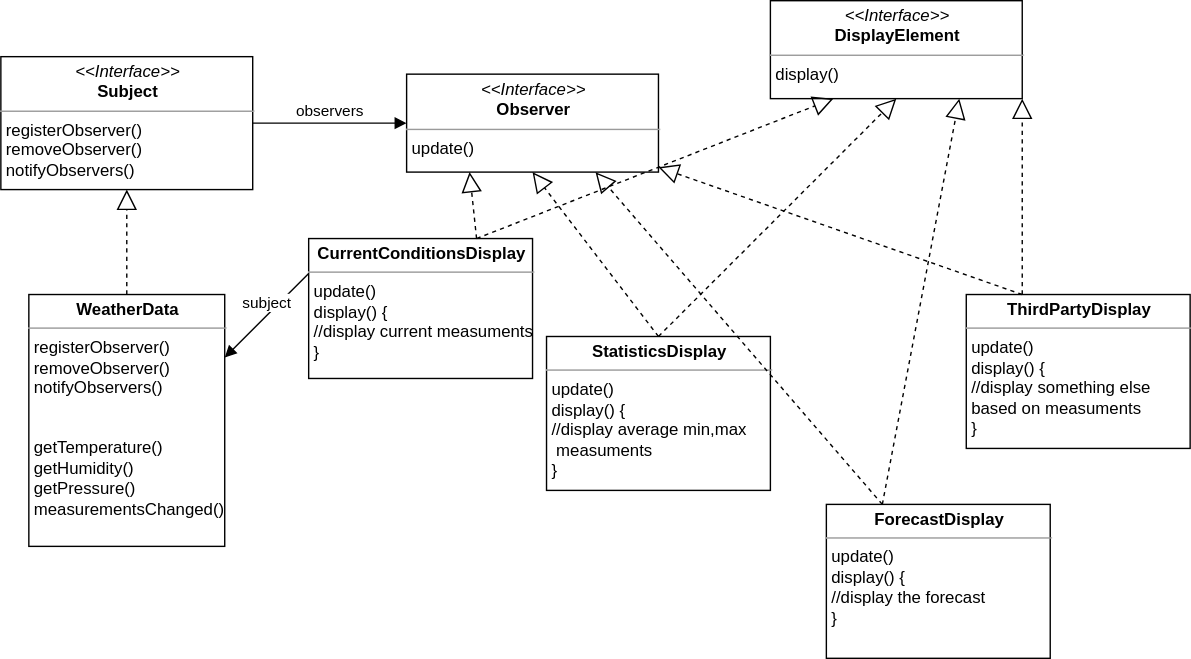
The draw.io diagram ObserverPattern.svg in hymanchengo/headfirst_designpattern, before a commit. Source tidied: cells renumbered, new cells last; positions are measured from the earlier drawing's top-left corner, leaving out a move shared by most shapes. Its diagram source:
```xml
<mxGraphModel background="#ffffff">
  <root>
    <mxCell id="0" />
    <mxCell id="1" parent="0" />
    <mxCell id="2" value="&lt;p style=&quot;margin: 0px ; margin-top: 4px ; text-align: center&quot;&gt;&lt;i&gt;&amp;lt;&amp;lt;Interface&amp;gt;&amp;gt;&lt;/i&gt;&lt;br&gt;&lt;b&gt;Subject&lt;/b&gt;&lt;/p&gt;&lt;hr size=&quot;1&quot;&gt;&lt;p style=&quot;margin: 0px ; margin-left: 4px&quot;&gt;registerObserver()&lt;br&gt;removeObserver()&lt;/p&gt;&lt;p style=&quot;margin: 0px ; margin-left: 4px&quot;&gt;notifyObservers()&lt;/p&gt;" style="verticalAlign=top;align=left;overflow=fill;fontSize=12;fontFamily=Helvetica;html=1;" parent="1" vertex="1">
      <mxGeometry y="40" width="180" height="95" as="geometry" />
    </mxCell>
    <mxCell id="3" value="&lt;p style=&quot;margin: 0px ; margin-top: 4px ; text-align: center&quot;&gt;&lt;i&gt;&amp;lt;&amp;lt;Interface&amp;gt;&amp;gt;&lt;/i&gt;&lt;br&gt;&lt;b&gt;Observer&lt;/b&gt;&lt;/p&gt;&lt;hr size=&quot;1&quot;&gt;&lt;p style=&quot;margin: 0px ; margin-left: 4px&quot;&gt;update()&lt;/p&gt;" style="verticalAlign=top;align=left;overflow=fill;fontSize=12;fontFamily=Helvetica;html=1;" parent="1" vertex="1">
      <mxGeometry x="290" y="52.5" width="180" height="70" as="geometry" />
    </mxCell>
    <mxCell id="4" value="&lt;p style=&quot;margin: 0px ; margin-top: 4px ; text-align: center&quot;&gt;&lt;i&gt;&amp;lt;&amp;lt;Interface&amp;gt;&amp;gt;&lt;/i&gt;&lt;br&gt;&lt;b&gt;DisplayElement&lt;/b&gt;&lt;/p&gt;&lt;hr size=&quot;1&quot;&gt;&lt;p style=&quot;margin: 0px ; margin-left: 4px&quot;&gt;display()&lt;/p&gt;" style="verticalAlign=top;align=left;overflow=fill;fontSize=12;fontFamily=Helvetica;html=1;" parent="1" vertex="1">
      <mxGeometry x="550" width="180" height="70" as="geometry" />
    </mxCell>
    <mxCell id="5" value="&lt;p style=&quot;margin: 0px ; margin-top: 4px ; text-align: center&quot;&gt;&lt;b&gt;WeatherData&lt;/b&gt;&lt;/p&gt;&lt;hr size=&quot;1&quot;&gt;&lt;div style=&quot;height: 2px&quot;&gt;&lt;p style=&quot;margin: 0px 0px 0px 4px&quot;&gt;registerObserver()&lt;br&gt;removeObserver()&lt;/p&gt;&lt;p style=&quot;margin: 0px 0px 0px 4px&quot;&gt;notifyObservers()&lt;/p&gt;&lt;p style=&quot;margin: 0px 0px 0px 4px&quot;&gt;&lt;br&gt;&lt;/p&gt;&lt;p style=&quot;margin: 0px 0px 0px 4px&quot;&gt;&lt;br&gt;&lt;/p&gt;&lt;p style=&quot;margin: 0px 0px 0px 4px&quot;&gt;getTemperature()&lt;/p&gt;&lt;p style=&quot;margin: 0px 0px 0px 4px&quot;&gt;getHumidity()&lt;/p&gt;&lt;p style=&quot;margin: 0px 0px 0px 4px&quot;&gt;getPressure()&lt;/p&gt;&lt;p style=&quot;margin: 0px 0px 0px 4px&quot;&gt;measurementsChanged()&lt;/p&gt;&lt;/div&gt;" style="verticalAlign=top;align=left;overflow=fill;fontSize=12;fontFamily=Helvetica;html=1;" parent="1" vertex="1">
      <mxGeometry x="20" y="210" width="140" height="180" as="geometry" />
    </mxCell>
    <mxCell id="6" style="endArrow=block;dashed=1;endFill=0;endSize=12;html=1;strokeColor=#000000;exitX=0.5;exitY=0;exitDx=0;exitDy=0;" parent="1" edge="1" source="5" target="2">
      <mxGeometry relative="1" as="geometry" />
    </mxCell>
    <mxCell id="7" value="observers" style="html=1;verticalAlign=bottom;endArrow=block;strokeColor=#000000;exitX=1;exitY=0.5;exitDx=0;exitDy=0;entryX=0;entryY=0.5;entryDx=0;entryDy=0;" parent="1" edge="1" source="2" target="3">
      <mxGeometry relative="1" as="geometry" />
    </mxCell>
    <mxCell id="8" value="subject" style="html=1;verticalAlign=bottom;endArrow=block;strokeColor=#000000;entryX=1;entryY=0.25;entryDx=0;entryDy=0;exitX=0;exitY=0.25;exitDx=0;exitDy=0;" parent="1" edge="1" source="9" target="5">
      <mxGeometry relative="1" as="geometry" />
    </mxCell>
    <mxCell id="9" value="&lt;p style=&quot;margin: 0px ; margin-top: 4px ; text-align: center&quot;&gt;&lt;b&gt;CurrentConditionsDisplay&lt;/b&gt;&lt;/p&gt;&lt;hr size=&quot;1&quot;&gt;&lt;div style=&quot;height: 2px&quot;&gt;&lt;p style=&quot;margin: 0px 0px 0px 4px&quot;&gt;update()&lt;/p&gt;&lt;p style=&quot;margin: 0px 0px 0px 4px&quot;&gt;display() {&amp;nbsp;&lt;/p&gt;&lt;p style=&quot;margin: 0px 0px 0px 4px&quot;&gt;//display current measuments&lt;/p&gt;&lt;p style=&quot;margin: 0px 0px 0px 4px&quot;&gt;}&lt;/p&gt;&lt;/div&gt;" style="verticalAlign=top;align=left;overflow=fill;fontSize=12;fontFamily=Helvetica;html=1;" parent="1" vertex="1">
      <mxGeometry x="220" y="170" width="160" height="100" as="geometry" />
    </mxCell>
    <mxCell id="10" style="endArrow=block;dashed=1;endFill=0;endSize=12;html=1;strokeColor=#000000;exitX=0.75;exitY=0;exitDx=0;exitDy=0;entryX=0.25;entryY=1;entryDx=0;entryDy=0;" parent="1" edge="1" source="9" target="3">
      <mxGeometry relative="1" as="geometry" />
    </mxCell>
    <mxCell id="11" style="endArrow=block;dashed=1;endFill=0;endSize=12;html=1;strokeColor=#000000;exitX=0.75;exitY=0;exitDx=0;exitDy=0;entryX=0.25;entryY=1;entryDx=0;entryDy=0;" parent="1" edge="1" source="9" target="4">
      <mxGeometry relative="1" as="geometry" />
    </mxCell>
    <mxCell id="12" value="&lt;p style=&quot;margin: 0px ; margin-top: 4px ; text-align: center&quot;&gt;&lt;b&gt;StatisticsDisplay&lt;/b&gt;&lt;/p&gt;&lt;hr size=&quot;1&quot;&gt;&lt;div style=&quot;height: 2px&quot;&gt;&lt;p style=&quot;margin: 0px 0px 0px 4px&quot;&gt;update()&lt;/p&gt;&lt;p style=&quot;margin: 0px 0px 0px 4px&quot;&gt;display() {&amp;nbsp;&lt;/p&gt;&lt;p style=&quot;margin: 0px 0px 0px 4px&quot;&gt;//display average min,max&lt;/p&gt;&lt;p style=&quot;margin: 0px 0px 0px 4px&quot;&gt;&amp;nbsp;measuments&lt;/p&gt;&lt;p style=&quot;margin: 0px 0px 0px 4px&quot;&gt;}&lt;/p&gt;&lt;/div&gt;" style="verticalAlign=top;align=left;overflow=fill;fontSize=12;fontFamily=Helvetica;html=1;" parent="1" vertex="1">
      <mxGeometry x="390" y="240" width="160" height="110" as="geometry" />
    </mxCell>
    <mxCell id="13" style="endArrow=block;dashed=1;endFill=0;endSize=12;html=1;strokeColor=#000000;exitX=0.5;exitY=0;exitDx=0;exitDy=0;entryX=0.5;entryY=1;entryDx=0;entryDy=0;" parent="1" edge="1" source="12" target="3">
      <mxGeometry relative="1" as="geometry" />
    </mxCell>
    <mxCell id="14" style="endArrow=block;dashed=1;endFill=0;endSize=12;html=1;strokeColor=#000000;exitX=0.5;exitY=0;exitDx=0;exitDy=0;entryX=0.5;entryY=1;entryDx=0;entryDy=0;" parent="1" edge="1" source="12" target="4">
      <mxGeometry relative="1" as="geometry" />
    </mxCell>
    <mxCell id="15" value="&lt;p style=&quot;margin: 0px ; margin-top: 4px ; text-align: center&quot;&gt;&lt;b&gt;ForecastDisplay&lt;/b&gt;&lt;/p&gt;&lt;hr size=&quot;1&quot;&gt;&lt;div style=&quot;height: 2px&quot;&gt;&lt;p style=&quot;margin: 0px 0px 0px 4px&quot;&gt;update()&lt;/p&gt;&lt;p style=&quot;margin: 0px 0px 0px 4px&quot;&gt;display() {&amp;nbsp;&lt;/p&gt;&lt;p style=&quot;margin: 0px 0px 0px 4px&quot;&gt;//display the forecast&lt;/p&gt;&lt;p style=&quot;margin: 0px 0px 0px 4px&quot;&gt;}&lt;/p&gt;&lt;/div&gt;" style="verticalAlign=top;align=left;overflow=fill;fontSize=12;fontFamily=Helvetica;html=1;" parent="1" vertex="1">
      <mxGeometry x="590" y="360" width="160" height="110" as="geometry" />
    </mxCell>
    <mxCell id="16" style="endArrow=block;dashed=1;endFill=0;endSize=12;html=1;strokeColor=#000000;exitX=0.25;exitY=0;exitDx=0;exitDy=0;entryX=0.75;entryY=1;entryDx=0;entryDy=0;" parent="1" edge="1" source="15" target="3">
      <mxGeometry relative="1" as="geometry" />
    </mxCell>
    <mxCell id="17" style="endArrow=block;dashed=1;endFill=0;endSize=12;html=1;strokeColor=#000000;exitX=0.25;exitY=0;exitDx=0;exitDy=0;entryX=0.75;entryY=1;entryDx=0;entryDy=0;" parent="1" edge="1" source="15" target="4">
      <mxGeometry relative="1" as="geometry" />
    </mxCell>
    <mxCell id="18" value="&lt;p style=&quot;margin: 0px ; margin-top: 4px ; text-align: center&quot;&gt;&lt;b&gt;ThirdPartyDisplay&lt;/b&gt;&lt;/p&gt;&lt;hr size=&quot;1&quot;&gt;&lt;div style=&quot;height: 2px&quot;&gt;&lt;p style=&quot;margin: 0px 0px 0px 4px&quot;&gt;update()&lt;/p&gt;&lt;p style=&quot;margin: 0px 0px 0px 4px&quot;&gt;display() {&amp;nbsp;&lt;/p&gt;&lt;p style=&quot;margin: 0px 0px 0px 4px&quot;&gt;//display something else&lt;/p&gt;&lt;p style=&quot;margin: 0px 0px 0px 4px&quot;&gt;based on measuments&lt;/p&gt;&lt;p style=&quot;margin: 0px 0px 0px 4px&quot;&gt;}&lt;/p&gt;&lt;/div&gt;" style="verticalAlign=top;align=left;overflow=fill;fontSize=12;fontFamily=Helvetica;html=1;" parent="1" vertex="1">
      <mxGeometry x="690" y="210" width="160" height="110" as="geometry" />
    </mxCell>
    <mxCell id="19" style="endArrow=block;dashed=1;endFill=0;endSize=12;html=1;strokeColor=#000000;exitX=0.25;exitY=0;exitDx=0;exitDy=0;" parent="1" edge="1" source="18" target="3">
      <mxGeometry relative="1" as="geometry" />
    </mxCell>
    <mxCell id="20" style="endArrow=block;dashed=1;endFill=0;endSize=12;html=1;strokeColor=#000000;entryX=1;entryY=1;entryDx=0;entryDy=0;" parent="1" edge="1" target="4">
      <mxGeometry relative="1" as="geometry">
        <mxPoint x="730" y="210" as="sourcePoint" />
      </mxGeometry>
    </mxCell>
  </root>
</mxGraphModel>
```
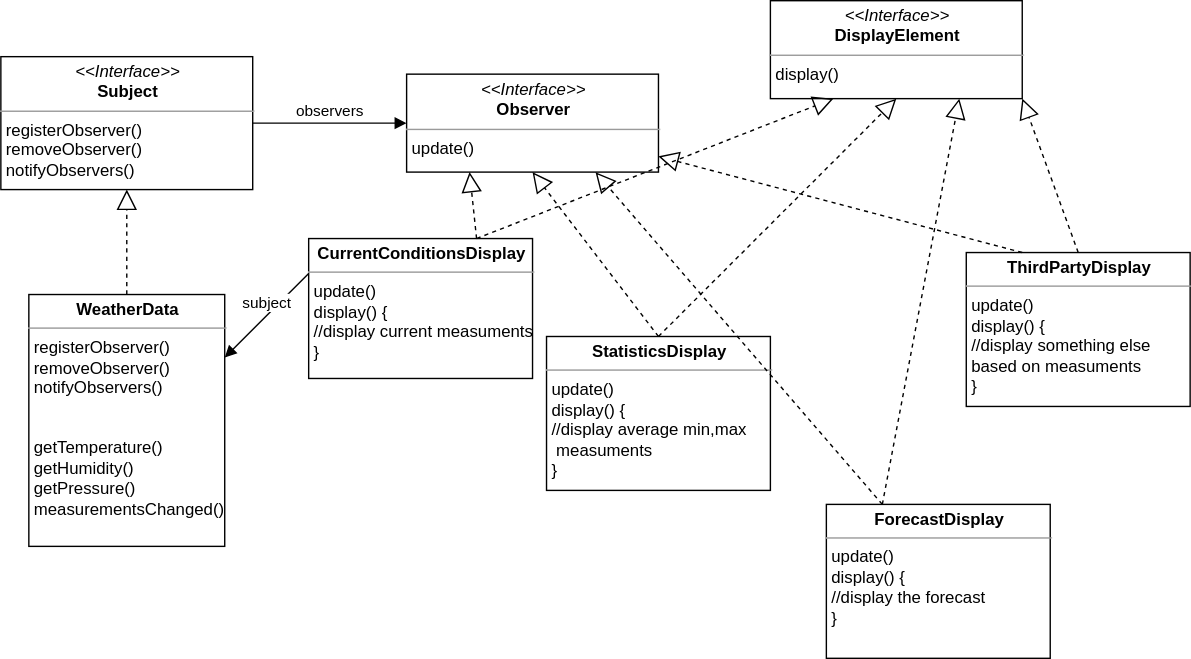
The same file after the commit.

Change to the diagram source:
```diff
@@ -51,15 +51,13 @@
       <mxGeometry relative="1" as="geometry" />
     </mxCell>
     <mxCell id="18" value="&lt;p style=&quot;margin: 0px ; margin-top: 4px ; text-align: center&quot;&gt;&lt;b&gt;ThirdPartyDisplay&lt;/b&gt;&lt;/p&gt;&lt;hr size=&quot;1&quot;&gt;&lt;div style=&quot;height: 2px&quot;&gt;&lt;p style=&quot;margin: 0px 0px 0px 4px&quot;&gt;update()&lt;/p&gt;&lt;p style=&quot;margin: 0px 0px 0px 4px&quot;&gt;display() {&amp;nbsp;&lt;/p&gt;&lt;p style=&quot;margin: 0px 0px 0px 4px&quot;&gt;//display something else&lt;/p&gt;&lt;p style=&quot;margin: 0px 0px 0px 4px&quot;&gt;based on measuments&lt;/p&gt;&lt;p style=&quot;margin: 0px 0px 0px 4px&quot;&gt;}&lt;/p&gt;&lt;/div&gt;" style="verticalAlign=top;align=left;overflow=fill;fontSize=12;fontFamily=Helvetica;html=1;" parent="1" vertex="1">
-      <mxGeometry x="690" y="210" width="160" height="110" as="geometry" />
+      <mxGeometry x="690" y="180" width="160" height="110" as="geometry" />
     </mxCell>
     <mxCell id="19" style="endArrow=block;dashed=1;endFill=0;endSize=12;html=1;strokeColor=#000000;exitX=0.25;exitY=0;exitDx=0;exitDy=0;" parent="1" edge="1" source="18" target="3">
       <mxGeometry relative="1" as="geometry" />
     </mxCell>
-    <mxCell id="20" style="endArrow=block;dashed=1;endFill=0;endSize=12;html=1;strokeColor=#000000;entryX=1;entryY=1;entryDx=0;entryDy=0;" parent="1" edge="1" target="4">
-      <mxGeometry relative="1" as="geometry">
-        <mxPoint x="730" y="210" as="sourcePoint" />
-      </mxGeometry>
+    <mxCell id="20" style="endArrow=block;dashed=1;endFill=0;endSize=12;html=1;strokeColor=#000000;entryX=1;entryY=1;entryDx=0;entryDy=0;exitX=0.5;exitY=0;exitDx=0;exitDy=0;" parent="1" edge="1" source="18" target="4">
+      <mxGeometry relative="1" as="geometry" />
     </mxCell>
   </root>
 </mxGraphModel>
```
